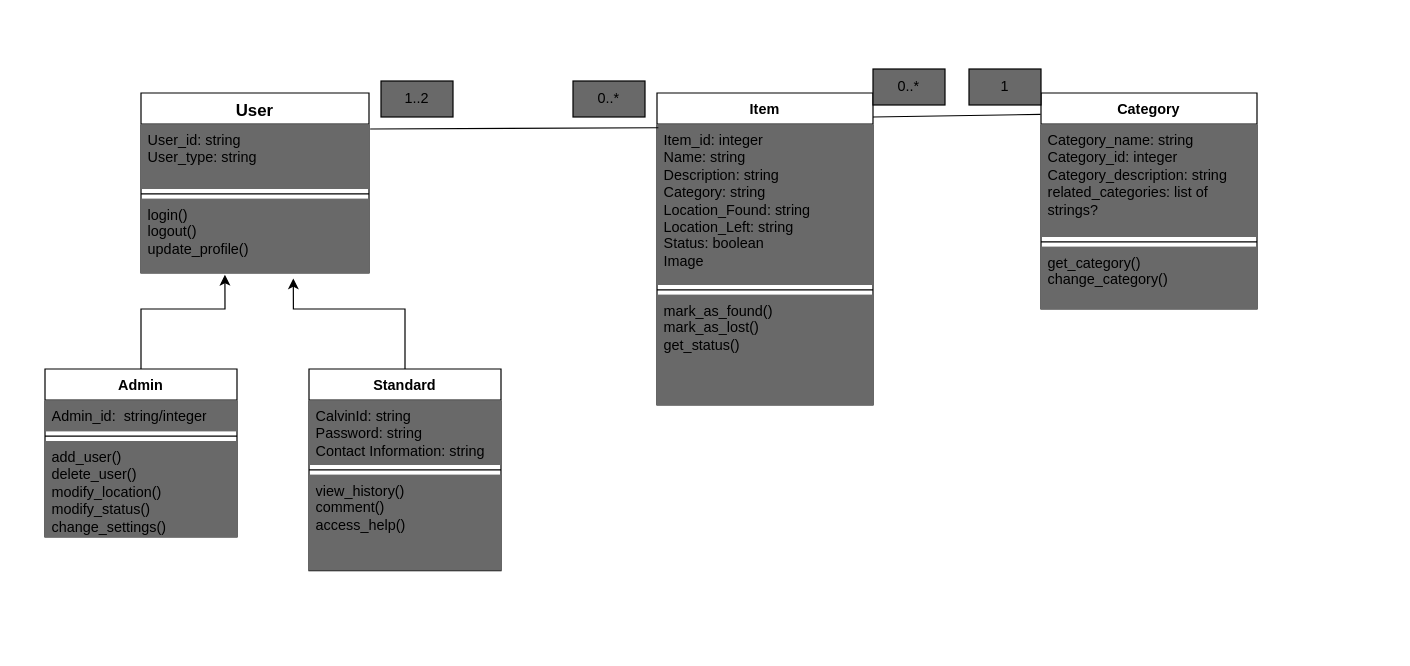
The draw.io diagram images/DomainModel.drawio in calvin-cs262-fall2023-teamA/project, before the edit. Source tidied: cells renumbered, new cells numbered last; positions are measured from the earlier drawing's top-left corner, leaving out a move shared by most shapes. Both pictures are drawn from the tidied source at 120%, with x=0, y=0 at pixel (44, 68).
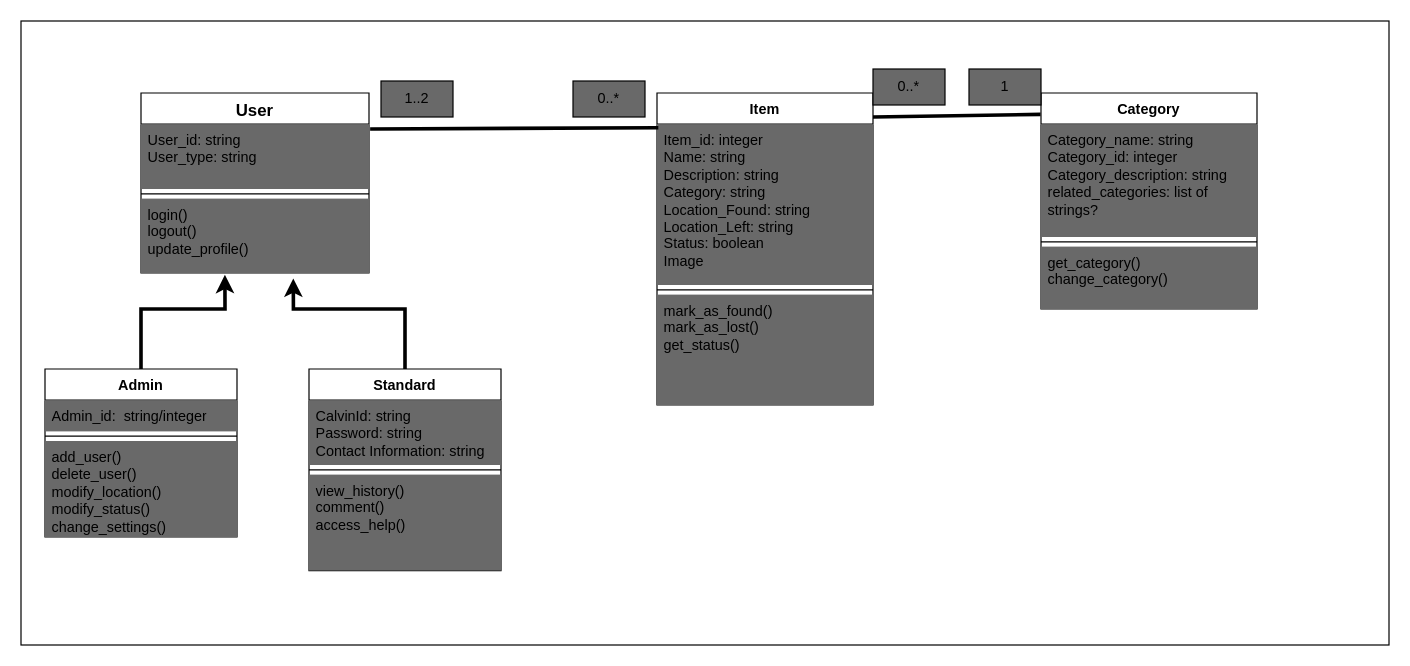
After the change.

Commit message (it also covers changes not shown here):
domain model updates v3

Unchanged cells that the change refers to:
```xml
<mxCell id="3" value="User_id: string&lt;br&gt;User_type: string&lt;br&gt;" style="text;strokeColor=none;fillColor=#696969;align=left;verticalAlign=top;spacingLeft=4;spacingRight=4;overflow=hidden;points=[[0,0.5],[1,0.5]];portConstraint=eastwest;whiteSpace=wrap;html=1;" parent="2" vertex="1">
  <mxGeometry y="26" width="190" height="54" as="geometry" />
</mxCell>
<mxCell id="5" value="login()&lt;br&gt;logout()&lt;br&gt;update_profile()" style="text;strokeColor=none;fillColor=#696969;align=left;verticalAlign=top;spacingLeft=4;spacingRight=4;overflow=hidden;points=[[0,0.5],[1,0.5]];portConstraint=eastwest;whiteSpace=wrap;html=1;" parent="2" vertex="1">
  <mxGeometry y="88" width="190" height="62" as="geometry" />
</mxCell>
<mxCell id="7" value="Item_id: integer&lt;br&gt;Name: string&lt;br&gt;Description: string&lt;br&gt;Category: string&lt;br&gt;Location_Found: string&lt;br&gt;Location_Left: string&lt;br&gt;Status: boolean&lt;br&gt;Image" style="text;strokeColor=none;fillColor=#696969;align=left;verticalAlign=top;spacingLeft=4;spacingRight=4;overflow=hidden;points=[[0,0.5],[1,0.5]];portConstraint=eastwest;whiteSpace=wrap;html=1;" parent="6" vertex="1">
  <mxGeometry y="26" width="180" height="134" as="geometry" />
</mxCell>
<mxCell id="20" value="Category" style="swimlane;fontStyle=1;align=center;verticalAlign=top;horizontal=1;startSize=26;whiteSpace=wrap;html=1;" parent="1" vertex="1">
  <mxGeometry x="830" y="20" width="180" height="180" as="geometry" />
</mxCell>
```

Diff of the diagram source:
```diff
@@
+    <mxCell id="30" style="rounded=0;whiteSpace=wrap;html=1;" parent="1" vertex="1">
+      <mxGeometry x="-20" y="-40" width="1140" height="520" as="geometry" />
+    </mxCell>
@@
-    <mxCell id="18" style="endArrow=classic;html=1;rounded=0;entryX=0.368;entryY=1.024;entryDx=0;entryDy=0;entryPerimeter=0;" parent="1" edge="1" target="5">
+    <mxCell id="18" style="endArrow=classic;html=1;rounded=0;entryX=0.368;entryY=1.024;entryDx=0;entryDy=0;entryPerimeter=0;strokeWidth=3;" parent="1" edge="1" target="5">
       <mxGeometry relative="1" as="geometry">
         <mxPoint x="80" y="250" as="sourcePoint" />
         <Array as="points">
           <mxPoint x="80" y="200" />
           <mxPoint x="150" y="200" />
         </Array>
       </mxGeometry>
     </mxCell>
-    <mxCell id="19" style="endArrow=classic;html=1;rounded=0;entryX=0.668;entryY=1.073;entryDx=0;entryDy=0;entryPerimeter=0;" parent="1" edge="1" target="5">
+    <mxCell id="19" style="endArrow=classic;html=1;rounded=0;entryX=0.668;entryY=1.073;entryDx=0;entryDy=0;entryPerimeter=0;strokeWidth=3;shadow=0;" parent="1" edge="1" target="5">
       <mxGeometry relative="1" as="geometry">
         <mxPoint x="300" y="250" as="sourcePoint" />
         <Array as="points">
           <mxPoint x="300" y="200" />
           <mxPoint x="207" y="200" />
         </Array>
       </mxGeometry>
     </mxCell>
@@
-    <mxCell id="24" style="endArrow=none;html=1;rounded=0;entryX=-0.002;entryY=0.099;entryDx=0;entryDy=0;entryPerimeter=0;" parent="1" edge="1" target="20">
+    <mxCell id="24" style="endArrow=none;html=1;rounded=0;entryX=-0.002;entryY=0.099;entryDx=0;entryDy=0;entryPerimeter=0;labelBorderColor=none;shadow=0;strokeWidth=3;" parent="1" edge="1" target="20">
       <mxGeometry relative="1" as="geometry">
         <mxPoint x="690" y="40" as="sourcePoint" />
       </mxGeometry>
     </mxCell>
@@
-    <mxCell id="27" style="endArrow=none;html=1;rounded=0;entryX=0.006;entryY=0.022;entryDx=0;entryDy=0;entryPerimeter=0;exitX=1.005;exitY=0.074;exitDx=0;exitDy=0;exitPerimeter=0;" parent="1" edge="1" source="3" target="7">
+    <mxCell id="27" style="endArrow=none;html=1;rounded=0;entryX=0.006;entryY=0.022;entryDx=0;entryDy=0;entryPerimeter=0;exitX=1.005;exitY=0.074;exitDx=0;exitDy=0;exitPerimeter=0;strokeWidth=3;" parent="1" edge="1" source="3" target="7">
       <mxGeometry relative="1" as="geometry" />
     </mxCell>
```
